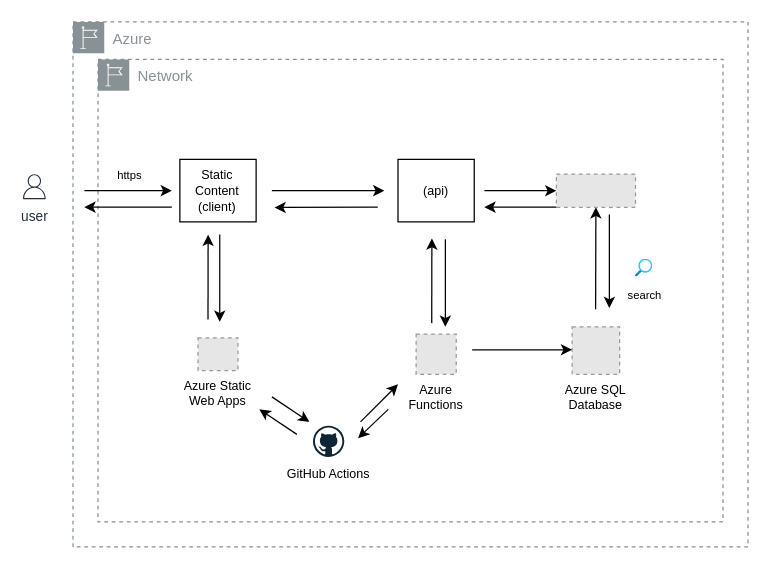
Before: docs/project-archtecture.drawio in glaucia86/azure-sql-prisma-vue, a draw.io diagram. Source tidied: cells renumbered, new cells numbered last; positions are measured from the earlier drawing's top-left corner, leaving out a move shared by most shapes. Both pictures are drawn from the tidied source at 125%, with x=0, y=0 at pixel (21, 21). Pictures stored in the file or linked from it are replaced by grey dashed boxes.
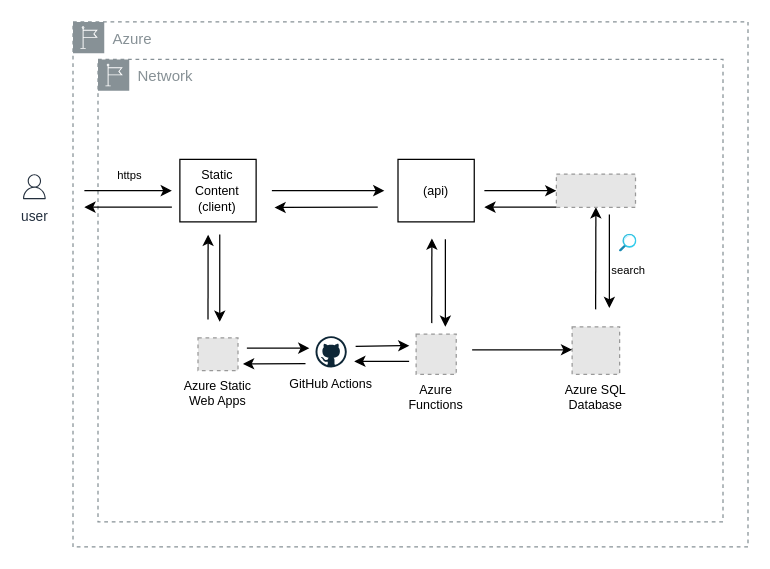
After the change.

The edit, as a diff of the source:
```diff
@@
-    <mxCell id="4" style="edgeStyle=none;html=1;fontFamily=Helvetica;fontSize=9;fontColor=default;" parent="1" edge="1">
-      <mxGeometry relative="1" as="geometry">
-        <mxPoint x="200" y="300" as="sourcePoint" />
-        <mxPoint x="230" y="320" as="targetPoint" />
-      </mxGeometry>
-    </mxCell>
@@
-    <mxCell id="12" style="edgeStyle=none;html=1;fontFamily=Helvetica;fontSize=9;fontColor=default;" parent="1" edge="1">
-      <mxGeometry relative="1" as="geometry">
-        <mxPoint x="270.9" y="320" as="sourcePoint" />
-        <mxPoint x="300.9" y="290" as="targetPoint" />
-        <Array as="points">
-          <mxPoint x="270.9" y="320" />
-        </Array>
-      </mxGeometry>
-    </mxCell>
     <mxCell id="13" value="&lt;font style=&quot;font-size: 10px&quot;&gt;GitHub Actions&lt;/font&gt;" style="dashed=0;html=1;align=center;labelPosition=center;verticalLabelPosition=bottom;verticalAlign=top;shape=mxgraph.weblogos.github;fontFamily=Helvetica;fontSize=11;fontColor=default;strokeColor=default;fillColor=default;" parent="1" vertex="1">
-      <mxGeometry x="232.9" y="323" width="25" height="25" as="geometry" />
+      <mxGeometry x="234.9" y="251.4" width="25" height="25" as="geometry" />
     </mxCell>
@@
     <mxCell id="21" value="&lt;font style=&quot;font-size: 9px&quot;&gt;search&lt;/font&gt;" style="html=1;align=center;image;fontSize=12;image=img/lib/azure2/general/Search.svg;dashed=0;fontFamily=Helvetica;fontColor=default;strokeColor=default;fillColor=default;" parent="1" vertex="1">
-      <mxGeometry x="490.9" y="190" width="14" height="14.2" as="geometry" />
+      <mxGeometry x="478.2" y="170" width="14" height="14.2" as="geometry" />
     </mxCell>
@@
-    <mxCell id="25" style="edgeStyle=none;html=1;fontFamily=Helvetica;fontSize=9;fontColor=default;" parent="1" edge="1">
-      <mxGeometry relative="1" as="geometry">
-        <mxPoint x="220" y="330" as="sourcePoint" />
-        <mxPoint x="190" y="310" as="targetPoint" />
-      </mxGeometry>
-    </mxCell>
-    <mxCell id="26" style="edgeStyle=none;html=1;fontFamily=Helvetica;fontSize=9;fontColor=default;" parent="1" edge="1">
-      <mxGeometry relative="1" as="geometry">
-        <mxPoint x="293.1" y="310" as="sourcePoint" />
-        <mxPoint x="269" y="333" as="targetPoint" />
-      </mxGeometry>
-    </mxCell>
@@
+    <mxCell id="31" style="edgeStyle=none;html=1;fontFamily=Helvetica;fontSize=9;fontColor=default;" parent="1" edge="1">
+      <mxGeometry relative="1" as="geometry">
+        <mxPoint x="180" y="261" as="sourcePoint" />
+        <mxPoint x="230" y="261" as="targetPoint" />
+      </mxGeometry>
+    </mxCell>
+    <mxCell id="32" style="edgeStyle=none;html=1;entryX=1;entryY=0.5;entryDx=0;entryDy=0;fontFamily=Helvetica;fontSize=9;fontColor=default;" parent="1" edge="1">
+      <mxGeometry relative="1" as="geometry">
+        <mxPoint x="226.9" y="273.4" as="sourcePoint" />
+        <mxPoint x="176.9" y="273.6" as="targetPoint" />
+      </mxGeometry>
+    </mxCell>
+    <mxCell id="33" style="edgeStyle=none;html=1;fontFamily=Helvetica;fontSize=9;fontColor=default;" parent="1" edge="1">
+      <mxGeometry relative="1" as="geometry">
+        <mxPoint x="267" y="259.6" as="sourcePoint" />
+        <mxPoint x="310" y="259" as="targetPoint" />
+      </mxGeometry>
+    </mxCell>
+    <mxCell id="34" style="edgeStyle=none;html=1;fontFamily=Helvetica;fontSize=9;fontColor=default;" parent="1" edge="1">
+      <mxGeometry relative="1" as="geometry">
+        <mxPoint x="309.8" y="271.5" as="sourcePoint" />
+        <mxPoint x="265.9" y="271.6" as="targetPoint" />
+      </mxGeometry>
+    </mxCell>
```
